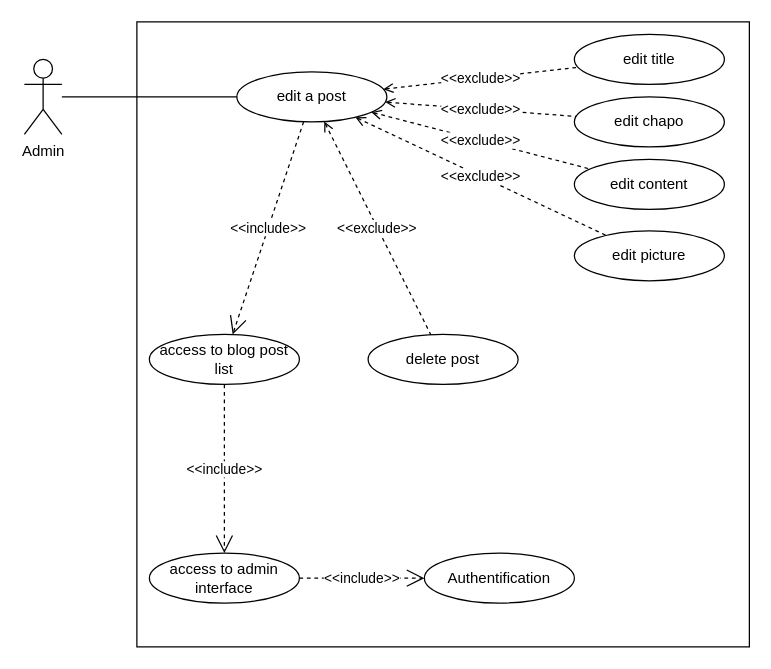
Before: Cadrage/use_case/edit_post.drawio in JgPhil/Blog, a draw.io diagram. Source tidied: cells renumbered, new cells numbered last; positions are measured from the earlier drawing's top-left corner, leaving out a move shared by most shapes. Both pictures are drawn from the tidied source at 125%, with x=0, y=0 at pixel (24, 21).
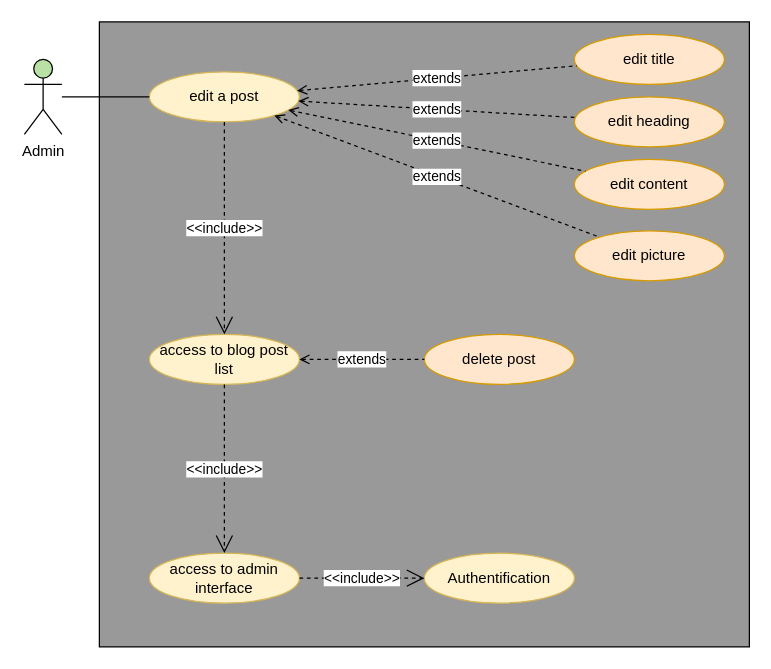
Above is the later version.

What changed in the source:
```diff
@@
-    <mxCell id="2" style="rounded=0;whiteSpace=wrap;html=1;" parent="1" vertex="1">
-      <mxGeometry x="90" width="490" height="500" as="geometry" />
+    <mxCell id="2" style="rounded=0;whiteSpace=wrap;html=1;fillColor=#999999;" parent="1" vertex="1">
+      <mxGeometry x="60" width="520" height="500" as="geometry" />
     </mxCell>
-    <mxCell id="3" value="Admin" style="shape=umlActor;verticalLabelPosition=bottom;labelBackgroundColor=#ffffff;verticalAlign=top;html=1;" parent="1" vertex="1">
+    <mxCell id="3" value="Admin" style="shape=umlActor;verticalLabelPosition=bottom;labelBackgroundColor=#ffffff;verticalAlign=top;html=1;fillColor=#B9E0A5;" parent="1" vertex="1">
       <mxGeometry y="30" width="30" height="60" as="geometry" />
     </mxCell>
-    <mxCell id="4" value="edit a post" style="ellipse;whiteSpace=wrap;html=1;" parent="1" vertex="1">
-      <mxGeometry x="170" y="40" width="120" height="40" as="geometry" />
+    <mxCell id="4" value="edit a post" style="ellipse;whiteSpace=wrap;html=1;fillColor=#fff2cc;strokeColor=#d6b656;" parent="1" vertex="1">
+      <mxGeometry x="100" y="40" width="120" height="40" as="geometry" />
     </mxCell>
-    <mxCell id="5" value="access to blog post list" style="ellipse;whiteSpace=wrap;html=1;" parent="1" vertex="1">
+    <mxCell id="5" value="access to blog post list" style="ellipse;whiteSpace=wrap;html=1;fillColor=#fff2cc;strokeColor=#d6b656;" parent="1" vertex="1">
       <mxGeometry x="100" y="250" width="120" height="40" as="geometry" />
     </mxCell>
-    <mxCell id="6" value="access to admin interface" style="ellipse;whiteSpace=wrap;html=1;" parent="1" vertex="1">
+    <mxCell id="6" value="access to admin interface" style="ellipse;whiteSpace=wrap;html=1;fillColor=#fff2cc;strokeColor=#d6b656;" parent="1" vertex="1">
       <mxGeometry x="100" y="425" width="120" height="40" as="geometry" />
     </mxCell>
@@
-    <mxCell id="10" value="edit title" style="ellipse;whiteSpace=wrap;html=1;" parent="1" vertex="1">
+    <mxCell id="10" value="edit title" style="ellipse;whiteSpace=wrap;html=1;fillColor=#ffe6cc;strokeColor=#d79b00;" parent="1" vertex="1">
       <mxGeometry x="440" y="10" width="120" height="40" as="geometry" />
     </mxCell>
-    <mxCell id="11" value="&amp;lt;&amp;lt;exclude&amp;gt;&amp;gt;" style="endArrow=none;endSize=12;dashed=1;html=1;startArrow=open;startFill=0;endFill=0;" parent="1" edge="1" source="4" target="10">
+    <mxCell id="11" value="extends" style="endArrow=none;endSize=12;dashed=1;html=1;startArrow=open;startFill=0;endFill=0;" parent="1" edge="1" source="4" target="10">
       <mxGeometry relative="1" as="geometry" />
     </mxCell>
-    <mxCell id="12" value="edit content" style="ellipse;whiteSpace=wrap;html=1;" parent="1" vertex="1">
+    <mxCell id="12" value="edit content" style="ellipse;whiteSpace=wrap;html=1;fillColor=#ffe6cc;strokeColor=#d79b00;" parent="1" vertex="1">
       <mxGeometry x="440" y="110" width="120" height="40" as="geometry" />
     </mxCell>
-    <mxCell id="13" value="&amp;lt;&amp;lt;exclude&amp;gt;&amp;gt;" style="endArrow=none;endSize=12;dashed=1;html=1;startArrow=open;startFill=0;endFill=0;" parent="1" edge="1" source="4" target="12">
+    <mxCell id="13" value="extends" style="endArrow=none;endSize=12;dashed=1;html=1;startArrow=open;startFill=0;endFill=0;" parent="1" edge="1" source="4" target="12">
       <mxGeometry relative="1" as="geometry" />
     </mxCell>
-    <mxCell id="14" value="edit chapo" style="ellipse;whiteSpace=wrap;html=1;" parent="1" vertex="1">
+    <mxCell id="14" value="edit heading" style="ellipse;whiteSpace=wrap;html=1;fillColor=#ffe6cc;strokeColor=#d79b00;" parent="1" vertex="1">
       <mxGeometry x="440" y="60" width="120" height="40" as="geometry" />
     </mxCell>
-    <mxCell id="15" value="&amp;lt;&amp;lt;exclude&amp;gt;&amp;gt;" style="endArrow=none;endSize=12;dashed=1;html=1;startArrow=open;startFill=0;endFill=0;" parent="1" edge="1" source="4" target="14">
+    <mxCell id="15" value="extends" style="endArrow=none;endSize=12;dashed=1;html=1;startArrow=open;startFill=0;endFill=0;" parent="1" edge="1" source="4" target="14">
       <mxGeometry relative="1" as="geometry" />
     </mxCell>
-    <mxCell id="16" value="edit picture" style="ellipse;whiteSpace=wrap;html=1;" parent="1" vertex="1">
+    <mxCell id="16" value="edit picture" style="ellipse;whiteSpace=wrap;html=1;fillColor=#ffe6cc;strokeColor=#d79b00;" parent="1" vertex="1">
       <mxGeometry x="440" y="167.1" width="120" height="40" as="geometry" />
     </mxCell>
-    <mxCell id="17" value="&amp;lt;&amp;lt;exclude&amp;gt;&amp;gt;" style="endArrow=none;endSize=12;dashed=1;html=1;startArrow=open;startFill=0;endFill=0;" parent="1" edge="1" source="4" target="16">
+    <mxCell id="17" value="extends" style="endArrow=none;endSize=12;dashed=1;html=1;startArrow=open;startFill=0;endFill=0;" parent="1" edge="1" source="4" target="16">
       <mxGeometry relative="1" as="geometry" />
     </mxCell>
-    <mxCell id="18" value="delete post" style="ellipse;whiteSpace=wrap;html=1;" parent="1" vertex="1">
-      <mxGeometry x="275" y="250" width="120" height="40" as="geometry" />
+    <mxCell id="18" value="delete post" style="ellipse;whiteSpace=wrap;html=1;fillColor=#ffe6cc;strokeColor=#d79b00;" parent="1" vertex="1">
+      <mxGeometry x="320" y="250" width="120" height="40" as="geometry" />
     </mxCell>
-    <mxCell id="19" value="&amp;lt;&amp;lt;exclude&amp;gt;&amp;gt;" style="endArrow=none;endSize=12;dashed=1;html=1;startArrow=open;startFill=0;endFill=0;" parent="1" edge="1" source="4" target="18">
+    <mxCell id="19" value="extends" style="endArrow=none;endSize=12;dashed=1;html=1;startArrow=open;startFill=0;endFill=0;" parent="1" edge="1" source="5" target="18">
       <mxGeometry relative="1" as="geometry" />
     </mxCell>
-    <mxCell id="20" value="Authentification" style="ellipse;whiteSpace=wrap;html=1;" parent="1" vertex="1">
+    <mxCell id="20" value="Authentification" style="ellipse;whiteSpace=wrap;html=1;fillColor=#fff2cc;strokeColor=#d6b656;" parent="1" vertex="1">
       <mxGeometry x="320" y="425" width="120" height="40" as="geometry" />
     </mxCell>
```
